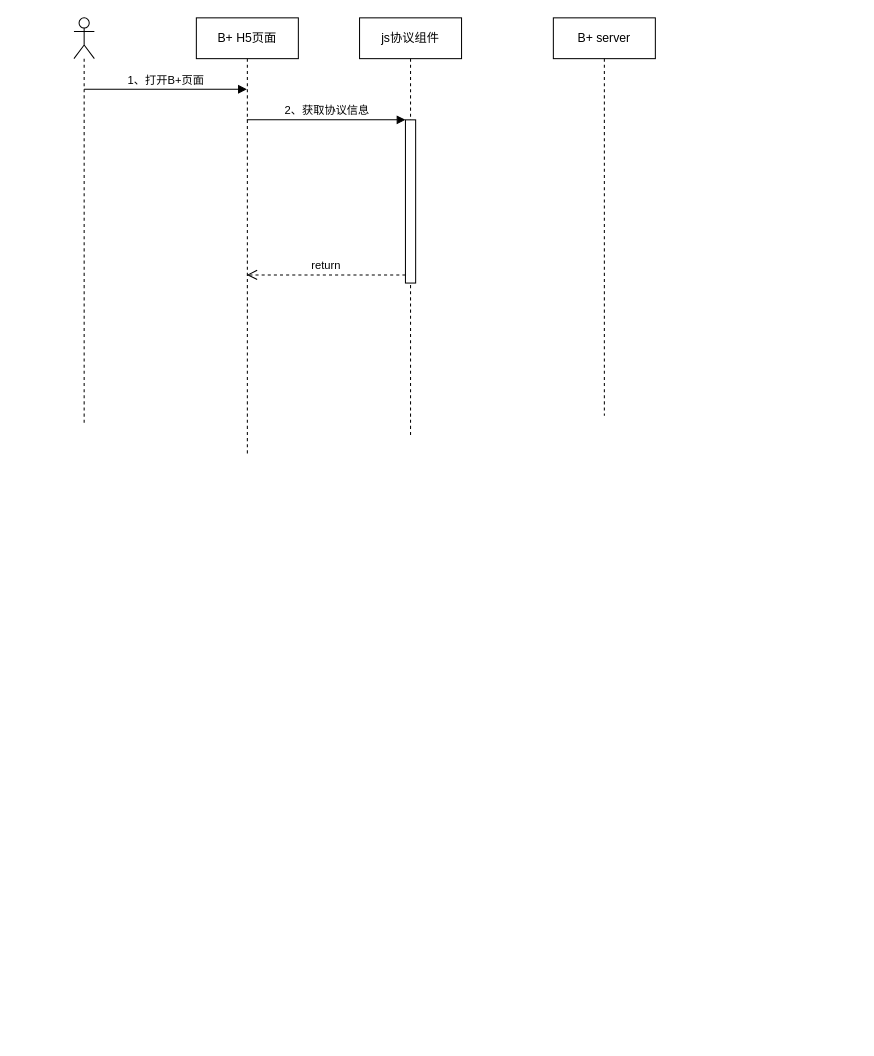
Earlier version of the draw.io diagram page "B+协议弹框流程" (2 of 2) of BBC授权流程.drawio (huturenji/drawio). Source tidied: cells renumbered, new cells numbered last; positions are measured from the earlier drawing's top-left corner, leaving out a move shared by most shapes. Both pictures are drawn from the tidied source at 102%, with x=0, y=0 at pixel (73, 17).
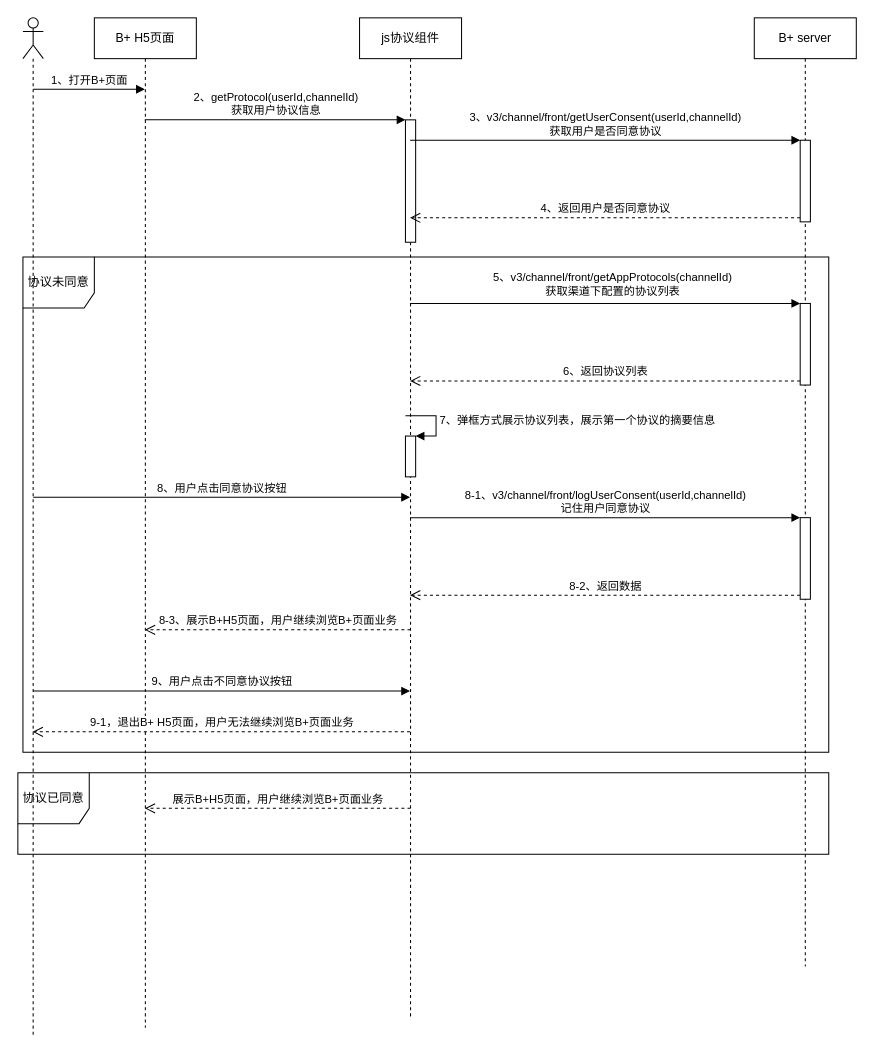
Above is the later version.

Commit message:
更新BBC授权流程.drawio

The edit, as a diff of the source:
```diff
@@
+    <mxCell id="10" value="协议已同意" style="shape=umlFrame;whiteSpace=wrap;html=1;width=70;height=50;" parent="1" vertex="1">
+      <mxGeometry x="-55" y="740" width="795" height="80" as="geometry" />
+    </mxCell>
+    <mxCell id="11" value="协议未同意" style="shape=umlFrame;whiteSpace=wrap;html=1;width=70;height=50;" parent="1" vertex="1">
+      <mxGeometry x="-50" y="234.5" width="790" height="485.5" as="geometry" />
+    </mxCell>
     <mxCell id="2" style="shape=umlLifeline;participant=umlActor;perimeter=lifelinePerimeter;whiteSpace=wrap;html=1;verticalAlign=top;spacingTop=36;outlineConnect=0;" parent="1" vertex="1">
-      <mxGeometry width="20" height="400" as="geometry" />
+      <mxGeometry x="-50" width="20" height="1000" as="geometry" />
     </mxCell>
@@
+    <mxCell id="12" value="8、用户点击同意协议按钮" style="html=1;verticalAlign=bottom;endArrow=block;rounded=0;" parent="2" edge="1" target="5">
+      <mxGeometry relative="1" as="geometry">
+        <mxPoint x="10" y="470" as="sourcePoint" />
+      </mxGeometry>
+    </mxCell>
+    <mxCell id="13" value="9、用户点击不同意协议按钮" style="html=1;verticalAlign=bottom;endArrow=block;rounded=0;" parent="2" edge="1" target="5">
+      <mxGeometry relative="1" as="geometry">
+        <mxPoint x="10" y="660" as="sourcePoint" />
+      </mxGeometry>
+    </mxCell>
     <mxCell id="4" value="B+ H5页面" style="shape=umlLifeline;perimeter=lifelinePerimeter;whiteSpace=wrap;html=1;outlineConnect=0;" parent="1" vertex="1">
-      <mxGeometry x="120" width="100" height="430" as="geometry" />
+      <mxGeometry x="20" width="100" height="990" as="geometry" />
     </mxCell>
     <mxCell id="5" value="js协议组件" style="shape=umlLifeline;perimeter=lifelinePerimeter;whiteSpace=wrap;html=1;outlineConnect=0;" parent="1" vertex="1">
-      <mxGeometry x="280" width="100" height="410" as="geometry" />
+      <mxGeometry x="280" width="100" height="980" as="geometry" />
     </mxCell>
     <mxCell id="6" style="html=1;points=[];perimeter=orthogonalPerimeter;" parent="5" vertex="1">
-      <mxGeometry x="45" y="100" width="10" height="160" as="geometry" />
+      <mxGeometry x="45" y="100" width="10" height="120" as="geometry" />
     </mxCell>
+    <mxCell id="14" style="html=1;points=[];perimeter=orthogonalPerimeter;" parent="5" vertex="1">
+      <mxGeometry x="45" y="410" width="10" height="40" as="geometry" />
+    </mxCell>
+    <mxCell id="15" value="7、弹框方式展示协议列表，展示第一个协议的摘要信息" style="edgeStyle=orthogonalEdgeStyle;html=1;align=left;spacingLeft=2;endArrow=block;rounded=0;entryX=1;entryY=0;" parent="5" edge="1" target="14">
+      <mxGeometry relative="1" as="geometry">
+        <mxPoint x="45" y="390" as="sourcePoint" />
+        <Array as="points">
+          <mxPoint x="75" y="390" />
+        </Array>
+      </mxGeometry>
+    </mxCell>
     <mxCell id="7" value="B+ server" style="shape=umlLifeline;perimeter=lifelinePerimeter;whiteSpace=wrap;html=1;" parent="1" vertex="1">
-      <mxGeometry x="470" width="100" height="390" as="geometry" />
+      <mxGeometry x="667" width="100" height="930" as="geometry" />
     </mxCell>
+    <mxCell id="16" style="html=1;points=[];perimeter=orthogonalPerimeter;" parent="7" vertex="1">
+      <mxGeometry x="45" y="120" width="10" height="80" as="geometry" />
+    </mxCell>
+    <mxCell id="17" style="html=1;points=[];perimeter=orthogonalPerimeter;" parent="7" vertex="1">
+      <mxGeometry x="45" y="280" width="10" height="80" as="geometry" />
+    </mxCell>
+    <mxCell id="18" style="html=1;points=[];perimeter=orthogonalPerimeter;" parent="7" vertex="1">
+      <mxGeometry x="45" y="490" width="10" height="80" as="geometry" />
+    </mxCell>
-    <mxCell id="8" value="2、获取协议信息" style="html=1;verticalAlign=bottom;endArrow=block;entryX=0;entryY=0;rounded=0;" parent="1" edge="1" source="4" target="6">
+    <mxCell id="8" value="2、getProtocol(userId,channelId)&lt;br&gt;获取用户协议信息" style="html=1;verticalAlign=bottom;endArrow=block;entryX=0;entryY=0;rounded=0;" parent="1" edge="1" source="4" target="6">
       <mxGeometry relative="1" as="geometry" />
     </mxCell>
-    <mxCell id="9" value="return" style="html=1;verticalAlign=bottom;endArrow=open;dashed=1;endSize=8;exitX=0;exitY=0.95;rounded=0;" parent="1" edge="1" source="6" target="4">
-      <mxGeometry relative="1" as="geometry" />
-    </mxCell>
+    <mxCell id="19" value="&lt;br&gt;3、v3/channel/front/getUserConsent(userId,channelId)&lt;br&gt;获取用户是否同意协议" style="html=1;verticalAlign=bottom;endArrow=block;entryX=0;entryY=0;rounded=0;" parent="1" edge="1" source="5" target="16">
+      <mxGeometry relative="1" as="geometry" />
+    </mxCell>
+    <mxCell id="20" value="4、返回用户是否同意协议" style="html=1;verticalAlign=bottom;endArrow=open;dashed=1;endSize=8;exitX=0;exitY=0.95;rounded=0;" parent="1" edge="1" source="16" target="5">
+      <mxGeometry relative="1" as="geometry" />
+    </mxCell>
+    <mxCell id="21" style="html=1;verticalAlign=bottom;endArrow=block;entryX=0;entryY=0;rounded=0;" parent="1" edge="1" source="5" target="17">
+      <mxGeometry relative="1" as="geometry" />
+    </mxCell>
+    <mxCell id="22" value="5、v3/channel/front/getAppProtocols(channelId)&lt;br&gt;获取渠道下配置的协议列表" style="edgeLabel;html=1;align=center;verticalAlign=middle;" parent="21" vertex="1">
+      <mxGeometry x="-0.08" y="2" relative="1" as="geometry">
+        <mxPoint x="22" y="-18" as="offset" />
+      </mxGeometry>
+    </mxCell>
+    <mxCell id="23" value="6、返回协议列表" style="html=1;verticalAlign=bottom;endArrow=open;dashed=1;endSize=8;exitX=0;exitY=0.95;rounded=0;" parent="1" edge="1" source="17" target="5">
+      <mxGeometry relative="1" as="geometry" />
+    </mxCell>
+    <mxCell id="24" value="8-1、v3/channel/front/logUserConsent(userId,channelId)&lt;br&gt;记住用户同意协议" style="html=1;verticalAlign=bottom;endArrow=block;entryX=0;entryY=0;rounded=0;" parent="1" edge="1" source="5" target="18">
+      <mxGeometry relative="1" as="geometry" />
+    </mxCell>
+    <mxCell id="25" value="8-2、返回数据" style="html=1;verticalAlign=bottom;endArrow=open;dashed=1;endSize=8;exitX=0;exitY=0.95;rounded=0;" parent="1" edge="1" source="18" target="5">
+      <mxGeometry relative="1" as="geometry" />
+    </mxCell>
+    <mxCell id="26" value="8-3、展示B+H5页面，用户继续浏览B+页面业务" style="html=1;verticalAlign=bottom;endArrow=open;dashed=1;endSize=8;rounded=0;" parent="1" edge="1" target="4">
+      <mxGeometry relative="1" as="geometry">
+        <mxPoint x="330" y="600" as="sourcePoint" />
+      </mxGeometry>
+    </mxCell>
+    <mxCell id="27" value="9-1，退出B+ H5页面，用户无法继续浏览B+页面业务" style="html=1;verticalAlign=bottom;endArrow=open;dashed=1;endSize=8;rounded=0;" parent="1" edge="1" source="5" target="2">
+      <mxGeometry relative="1" as="geometry">
+        <Array as="points">
+          <mxPoint x="170" y="700" />
+        </Array>
+      </mxGeometry>
+    </mxCell>
+    <mxCell id="28" value="展示B+H5页面，用户继续浏览B+页面业务" style="html=1;verticalAlign=bottom;endArrow=open;dashed=1;endSize=8;rounded=0;" parent="1" edge="1" target="4">
+      <mxGeometry relative="1" as="geometry">
+        <mxPoint x="330" y="775" as="sourcePoint" />
+      </mxGeometry>
+    </mxCell>
```
